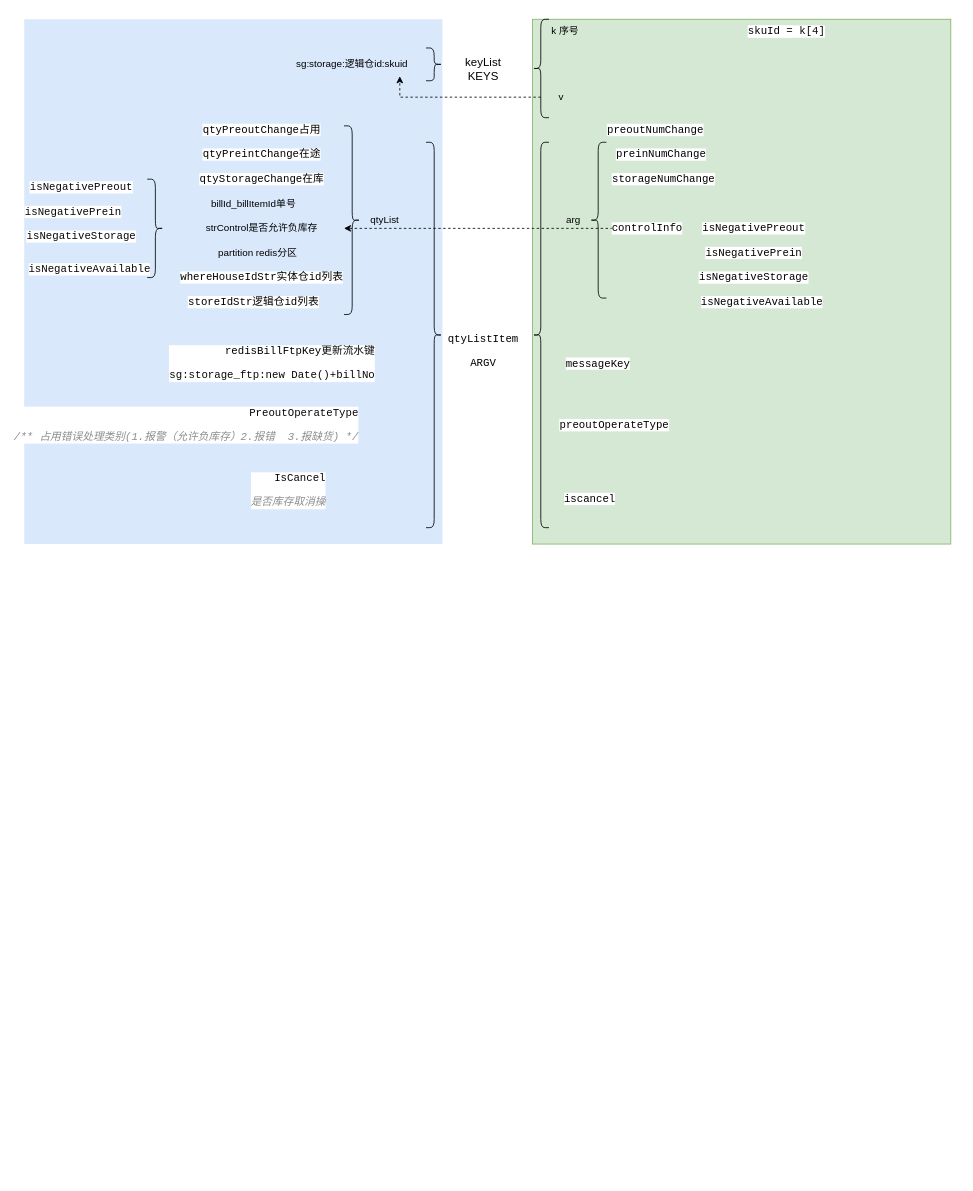
Before: VF/VMID/UpdateRedisStorageLUA.drawio in yeahsyoung/diagram, a draw.io diagram. Source tidied: cells renumbered, new cells numbered last; positions are measured from the earlier drawing's top-left corner, leaving out a move shared by most shapes. Both pictures are drawn from the tidied source at 82%, with x=0, y=0 at pixel (24, 19).
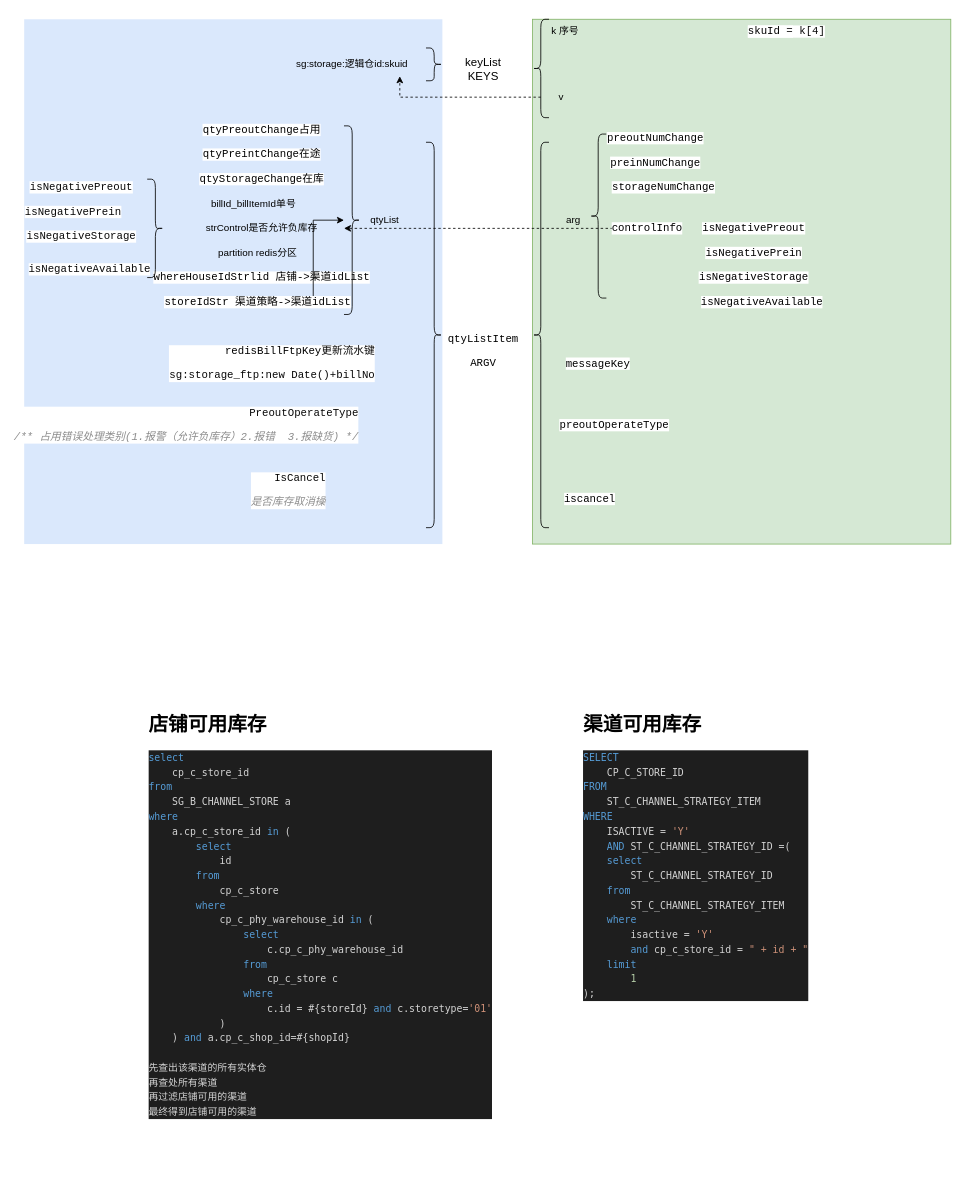
Above is the later version.

Unchanged cells that the change refers to:
```xml
<mxCell id="15" style="shape=curlyBracket;whiteSpace=wrap;html=1;rounded=1;labelPosition=left;verticalLabelPosition=middle;align=right;verticalAlign=middle;rotation=-180;" parent="1" vertex="1">
  <mxGeometry x="390" y="130" width="20" height="230" as="geometry" />
</mxCell>
```

What changed in the source:
```diff
@@
-    <mxCell id="13" value="&lt;div style=&quot;background-color: rgb(255, 255, 255); color: rgb(8, 8, 8);&quot;&gt;&lt;pre style=&quot;font-family:'JetBrains Mono',monospace;font-size:9.8pt;&quot;&gt;&lt;span style=&quot;color: rgb(0, 0, 0);&quot;&gt;whereHouseIdStr实体仓id列表&lt;/span&gt;&lt;/pre&gt;&lt;/div&gt;" style="text;html=1;whiteSpace=wrap;strokeColor=none;fillColor=none;align=center;verticalAlign=middle;rounded=0;" parent="1" vertex="1">
+    <mxCell id="13" value="&lt;div style=&quot;background-color: rgb(255, 255, 255); color: rgb(8, 8, 8);&quot;&gt;&lt;pre style=&quot;font-family:'JetBrains Mono',monospace;font-size:9.8pt;&quot;&gt;&lt;span style=&quot;color: rgb(0, 0, 0);&quot;&gt;whereHouseIdStrlid 店铺-&amp;gt;渠道idList&lt;/span&gt;&lt;/pre&gt;&lt;/div&gt;" style="text;html=1;whiteSpace=wrap;strokeColor=none;fillColor=none;align=center;verticalAlign=middle;rounded=0;" parent="1" vertex="1">
       <mxGeometry x="260" y="300" width="60" height="30" as="geometry" />
     </mxCell>
+    <mxCell id="47" style="edgeStyle=orthogonalEdgeStyle;rounded=0;jettySize=auto;html=1;" parent="1" edge="1" source="14" target="15">
+      <mxGeometry relative="1" as="geometry" />
+    </mxCell>
-    <mxCell id="14" value="&lt;div style=&quot;background-color:#ffffff;color:#080808&quot;&gt;&lt;pre style=&quot;font-family:'JetBrains Mono',monospace;font-size:9.8pt;&quot;&gt;&lt;span style=&quot;color:#000000;&quot;&gt;storeIdStr逻辑仓id列表&lt;/span&gt;&lt;/pre&gt;&lt;/div&gt;" style="text;html=1;whiteSpace=wrap;strokeColor=none;fillColor=none;align=center;verticalAlign=middle;rounded=0;" parent="1" vertex="1">
-      <mxGeometry x="250" y="330" width="60" height="30" as="geometry" />
+    <mxCell id="14" value="&lt;div style=&quot;background-color: rgb(255, 255, 255); color: rgb(8, 8, 8);&quot;&gt;&lt;pre style=&quot;font-family:'JetBrains Mono',monospace;font-size:9.8pt;&quot;&gt;&lt;span style=&quot;color: rgb(0, 0, 0);&quot;&gt;storeIdStr 渠道策略-&amp;gt;渠道idList&lt;/span&gt;&lt;/pre&gt;&lt;/div&gt;" style="text;html=1;whiteSpace=wrap;strokeColor=none;fillColor=none;align=center;verticalAlign=middle;rounded=0;" parent="1" vertex="1">
+      <mxGeometry x="255" y="330" width="60" height="30" as="geometry" />
     </mxCell>
@@
     <mxCell id="38" style="shape=curlyBracket;whiteSpace=wrap;html=1;rounded=1;labelPosition=left;verticalLabelPosition=middle;align=right;verticalAlign=middle;" parent="1" vertex="1">
-      <mxGeometry x="690" y="150" width="20" height="190" as="geometry" />
+      <mxGeometry x="690" y="140" width="20" height="200" as="geometry" />
     </mxCell>
@@
     <mxCell id="43" value="&lt;div style=&quot;background-color:#ffffff;color:#080808&quot;&gt;&lt;pre style=&quot;font-family:'JetBrains Mono',monospace;font-size:9.8pt;&quot;&gt;&lt;span style=&quot;color:#000000;&quot;&gt;preoutNumChange&lt;/span&gt;&lt;/pre&gt;&lt;/div&gt;" style="text;html=1;whiteSpace=wrap;strokeColor=none;fillColor=none;align=center;verticalAlign=middle;rounded=0;" parent="1" vertex="1">
-      <mxGeometry x="740" y="120" width="60" height="30" as="geometry" />
+      <mxGeometry x="740" y="130" width="60" height="30" as="geometry" />
     </mxCell>
     <mxCell id="44" value="&lt;div style=&quot;background-color:#ffffff;color:#080808&quot;&gt;&lt;pre style=&quot;font-family:'JetBrains Mono',monospace;font-size:9.8pt;&quot;&gt;&lt;span style=&quot;color:#000000;&quot;&gt;preinNumChange&lt;/span&gt;&lt;/pre&gt;&lt;/div&gt;" style="text;html=1;whiteSpace=wrap;strokeColor=none;fillColor=none;align=center;verticalAlign=middle;rounded=0;" parent="1" vertex="1">
-      <mxGeometry x="747" y="150" width="60" height="30" as="geometry" />
+      <mxGeometry x="740" y="160" width="60" height="30" as="geometry" />
     </mxCell>
     <mxCell id="45" value="&lt;div style=&quot;background-color:#ffffff;color:#080808&quot;&gt;&lt;pre style=&quot;font-family:'JetBrains Mono',monospace;font-size:9.8pt;&quot;&gt;&lt;span style=&quot;color:#000000;&quot;&gt;storageNumChange&lt;/span&gt;&lt;/pre&gt;&lt;/div&gt;" style="text;html=1;whiteSpace=wrap;strokeColor=none;fillColor=none;align=center;verticalAlign=middle;rounded=0;" parent="1" vertex="1">
-      <mxGeometry x="750" y="180" width="60" height="30" as="geometry" />
+      <mxGeometry x="750" y="190" width="60" height="30" as="geometry" />
     </mxCell>
@@
+    <mxCell id="48" value="&lt;h1 style=&quot;margin-top: 0px;&quot;&gt;店铺可用库存&lt;/h1&gt;&lt;div style=&quot;color: rgb(212, 212, 212); background-color: rgb(30, 30, 30); font-family: Menlo, Monaco, &amp;quot;Courier New&amp;quot;, monospace; line-height: 18px; white-space: pre;&quot;&gt;&lt;div&gt;&lt;span style=&quot;color: rgb(86, 156, 214);&quot;&gt;select&lt;/span&gt;&lt;/div&gt;&lt;div&gt;    cp_c_store_id&lt;/div&gt;&lt;div&gt;&lt;span style=&quot;color: rgb(86, 156, 214);&quot;&gt;from&lt;/span&gt;&lt;/div&gt;&lt;div&gt;    SG_B_CHANNEL_STORE a&lt;/div&gt;&lt;div&gt;&lt;span style=&quot;color: rgb(86, 156, 214);&quot;&gt;where&lt;/span&gt;&lt;/div&gt;&lt;div&gt;    a.cp_c_store_id &lt;span style=&quot;color: rgb(86, 156, 214);&quot;&gt;in&lt;/span&gt; (&lt;/div&gt;&lt;div&gt;        &lt;span style=&quot;color: rgb(86, 156, 214);&quot;&gt;select&lt;/span&gt;&lt;/div&gt;&lt;div&gt;            id&lt;/div&gt;&lt;div&gt;        &lt;span style=&quot;color: rgb(86, 156, 214);&quot;&gt;from&lt;/span&gt;&lt;/div&gt;&lt;div&gt;            cp_c_store&lt;/div&gt;&lt;div&gt;        &lt;span style=&quot;color: rgb(86, 156, 214);&quot;&gt;where&lt;/span&gt;&lt;/div&gt;&lt;div&gt;            cp_c_phy_warehouse_id &lt;span style=&quot;color: rgb(86, 156, 214);&quot;&gt;in&lt;/span&gt; (&lt;/div&gt;&lt;div&gt;                &lt;span style=&quot;color: rgb(86, 156, 214);&quot;&gt;select&lt;/span&gt;&lt;/div&gt;&lt;div&gt;                    c.cp_c_phy_warehouse_id&lt;/div&gt;&lt;div&gt;                &lt;span style=&quot;color: rgb(86, 156, 214);&quot;&gt;from&lt;/span&gt;&lt;/div&gt;&lt;div&gt;                    cp_c_store c&lt;/div&gt;&lt;div&gt;                &lt;span style=&quot;color: rgb(86, 156, 214);&quot;&gt;where&lt;/span&gt;&lt;/div&gt;&lt;div&gt;                    c.id = #{storeId} &lt;span style=&quot;color: rgb(86, 156, 214);&quot;&gt;and&lt;/span&gt; c.storetype=&lt;span style=&quot;color: rgb(206, 145, 120);&quot;&gt;'01'&lt;/span&gt;&lt;/div&gt;&lt;div&gt;            )&lt;/div&gt;&lt;div&gt;    ) &lt;span style=&quot;color: rgb(86, 156, 214);&quot;&gt;and&lt;/span&gt; a.cp_c_shop_id=#{shopId}&lt;/div&gt;&lt;div&gt;&lt;br&gt;&lt;/div&gt;&lt;div&gt;先查出该渠道的所有实体仓&lt;/div&gt;&lt;div&gt;再查处所有渠道&lt;/div&gt;&lt;div&gt;再过滤店铺可用的渠道&lt;/div&gt;&lt;div&gt;最终得到店铺可用的渠道&lt;/div&gt;&lt;/div&gt;" style="text;html=1;whiteSpace=wrap;overflow=hidden;rounded=0;" parent="1" vertex="1">
+      <mxGeometry x="150" y="840" width="460" height="570" as="geometry" />
+    </mxCell>
+    <mxCell id="49" value="&lt;h1 style=&quot;margin-top: 0px;&quot;&gt;渠道可用库存&lt;/h1&gt;&lt;div style=&quot;color: rgb(212, 212, 212); background-color: rgb(30, 30, 30); font-family: Menlo, Monaco, &amp;quot;Courier New&amp;quot;, monospace; line-height: 18px; white-space: pre;&quot;&gt;&lt;div style=&quot;color: rgb(212, 212, 212); background-color: rgb(30, 30, 30); line-height: 18px;&quot;&gt;&lt;div&gt;&lt;span style=&quot;color: rgb(86, 156, 214);&quot;&gt;SELECT&lt;/span&gt;&lt;/div&gt;&lt;div&gt;    CP_C_STORE_ID&lt;/div&gt;&lt;div&gt;&lt;span style=&quot;color: rgb(86, 156, 214);&quot;&gt;FROM&lt;/span&gt;&lt;/div&gt;&lt;div&gt;    ST_C_CHANNEL_STRATEGY_ITEM&lt;/div&gt;&lt;div&gt;&lt;span style=&quot;color: rgb(86, 156, 214);&quot;&gt;WHERE&lt;/span&gt;&lt;/div&gt;&lt;div&gt;    ISACTIVE = &lt;span style=&quot;color: rgb(206, 145, 120);&quot;&gt;'Y'&lt;/span&gt;&lt;/div&gt;&lt;div&gt;    &lt;span style=&quot;color: rgb(86, 156, 214);&quot;&gt;AND&lt;/span&gt; ST_C_CHANNEL_STRATEGY_ID =(&lt;/div&gt;&lt;div&gt;    &lt;span style=&quot;color: rgb(86, 156, 214);&quot;&gt;select&lt;/span&gt;&lt;/div&gt;&lt;div&gt;        ST_C_CHANNEL_STRATEGY_ID&lt;/div&gt;&lt;div&gt;    &lt;span style=&quot;color: rgb(86, 156, 214);&quot;&gt;from&lt;/span&gt;&lt;/div&gt;&lt;div&gt;        ST_C_CHANNEL_STRATEGY_ITEM&lt;/div&gt;&lt;div&gt;    &lt;span style=&quot;color: rgb(86, 156, 214);&quot;&gt;where&lt;/span&gt;&lt;/div&gt;&lt;div&gt;        isactive = &lt;span style=&quot;color: rgb(206, 145, 120);&quot;&gt;'Y'&lt;/span&gt;&lt;/div&gt;&lt;div&gt;        &lt;span style=&quot;color: rgb(86, 156, 214);&quot;&gt;and&lt;/span&gt; cp_c_store_id = &lt;span style=&quot;color: rgb(206, 145, 120);&quot;&gt;&quot; + id + &quot;&lt;/span&gt;&lt;/div&gt;&lt;div&gt;    &lt;span style=&quot;color: rgb(86, 156, 214);&quot;&gt;limit&lt;/span&gt;&lt;/div&gt;&lt;div&gt;        &lt;span style=&quot;color: rgb(181, 206, 168);&quot;&gt;1&lt;/span&gt;&lt;/div&gt;&lt;div&gt;);&lt;/div&gt;&lt;/div&gt;&lt;/div&gt;" style="text;html=1;whiteSpace=wrap;overflow=hidden;rounded=0;" parent="1" vertex="1">
+      <mxGeometry x="680" y="840" width="460" height="400" as="geometry" />
+    </mxCell>
```
